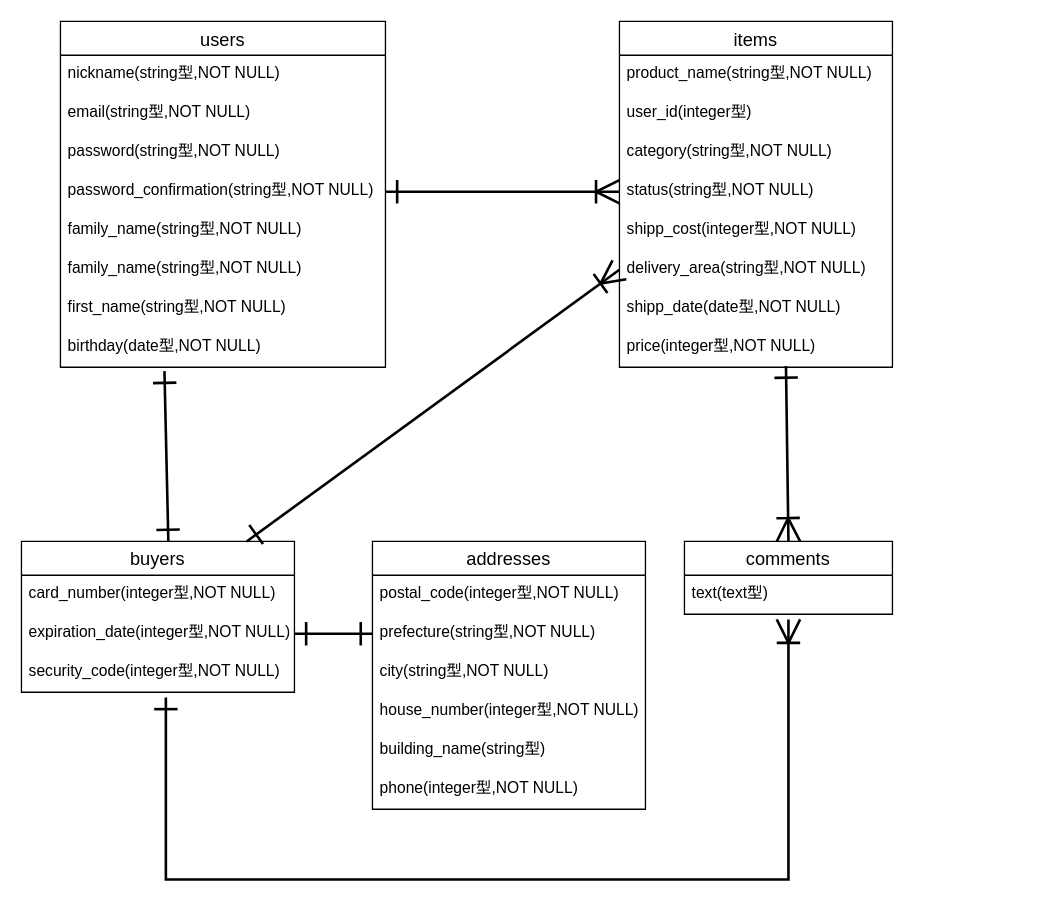
ryosuke-shimizu/furima-35253 keeps this draw.io diagram as page "ページ1" (1 of 2) of er.dio. Above is the earlier version. Source tidied: cells renumbered, new cells numbered last; positions are measured from the earlier drawing's top-left corner, leaving out a move shared by most shapes. Both pictures are drawn from the tidied source at 130%, with x=0, y=0 at pixel (21, 21).
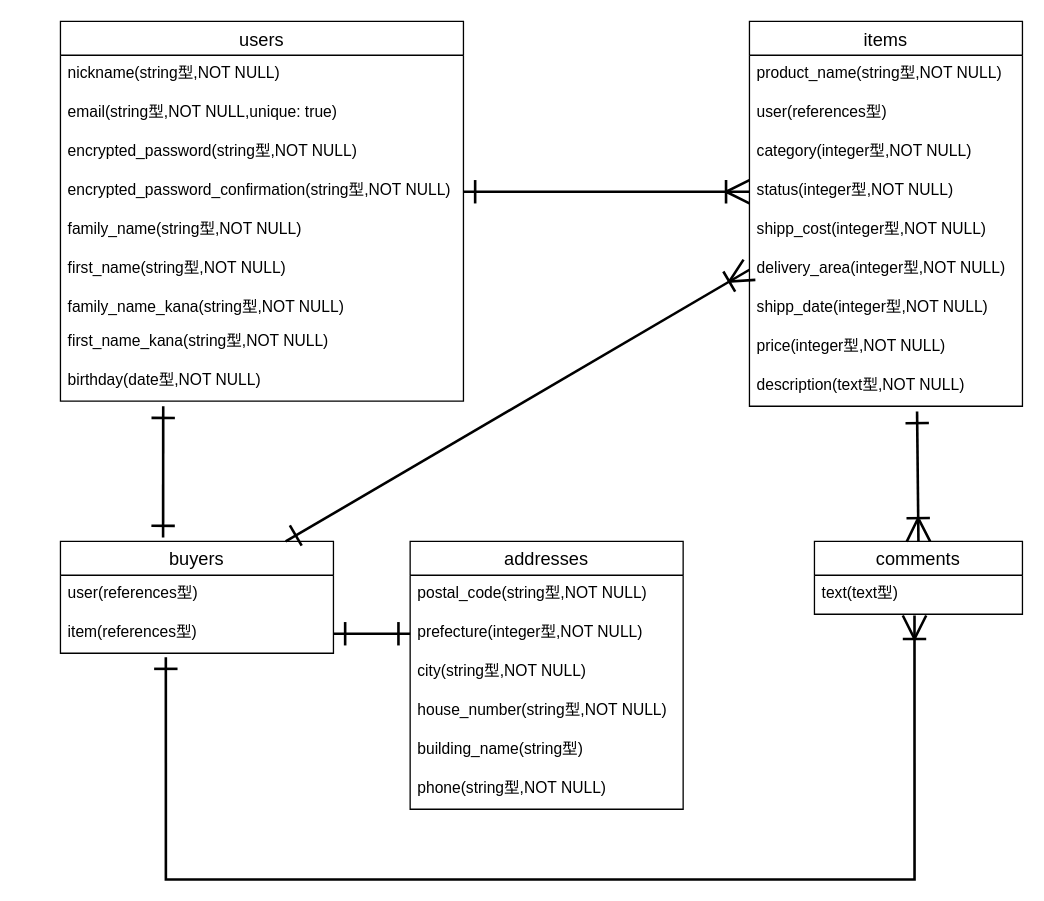
After the change.

The change refers to these unchanged cells:
```xml
<mxCell id="19" value="price(integer型,NOT NULL)" style="text;strokeColor=none;fillColor=none;spacingLeft=4;spacingRight=4;overflow=hidden;points=[[0,0.5],[1,0.5]];portConstraint=eastwest;fontSize=12;" parent="11" vertex="1">
  <mxGeometry y="236" width="210" height="30" as="geometry" />
</mxCell>
<mxCell id="32" value="text(text型)" style="text;strokeColor=none;fillColor=none;spacingLeft=4;spacingRight=4;overflow=hidden;points=[[0,0.5],[1,0.5]];portConstraint=eastwest;fontSize=12;" parent="31" vertex="1">
  <mxGeometry y="26" width="160" height="30" as="geometry" />
</mxCell>
```

Change to the diagram source:
```diff
@@
     <mxCell id="2" value="users" style="swimlane;fontStyle=0;horizontal=1;startSize=26;align=center;fontSize=14;" parent="1" vertex="1">
-      <mxGeometry x="30" width="250" height="266" as="geometry" />
+      <mxGeometry x="30" width="310" height="292" as="geometry" />
     </mxCell>
     <mxCell id="3" value="nickname(string型,NOT NULL)" style="text;strokeColor=none;fillColor=none;spacingLeft=4;spacingRight=4;overflow=hidden;fontSize=12;" parent="2" vertex="1">
-      <mxGeometry y="26" width="250" height="30" as="geometry" />
+      <mxGeometry y="26" width="310" height="30" as="geometry" />
     </mxCell>
-    <mxCell id="4" value="email(string型,NOT NULL)" style="text;strokeColor=none;fillColor=none;spacingLeft=4;spacingRight=4;overflow=hidden;fontSize=12;" parent="2" vertex="1">
-      <mxGeometry y="56" width="250" height="30" as="geometry" />
+    <mxCell id="4" value="email(string型,NOT NULL,unique: true)" style="text;strokeColor=none;fillColor=none;spacingLeft=4;spacingRight=4;overflow=hidden;fontSize=12;" parent="2" vertex="1">
+      <mxGeometry y="56" width="310" height="30" as="geometry" />
     </mxCell>
-    <mxCell id="5" value="password(string型,NOT NULL)&#10;" style="text;strokeColor=none;fillColor=none;spacingLeft=4;spacingRight=4;overflow=hidden;fontSize=12;" parent="2" vertex="1">
-      <mxGeometry y="86" width="250" height="30" as="geometry" />
+    <mxCell id="5" value="encrypted_password(string型,NOT NULL)&#10;" style="text;strokeColor=none;fillColor=none;spacingLeft=4;spacingRight=4;overflow=hidden;fontSize=12;" parent="2" vertex="1">
+      <mxGeometry y="86" width="310" height="30" as="geometry" />
     </mxCell>
-    <mxCell id="6" value="password_confirmation(string型,NOT NULL)" style="text;strokeColor=none;fillColor=none;spacingLeft=4;spacingRight=4;overflow=hidden;points=[[0,0.5],[1,0.5]];portConstraint=eastwest;fontSize=12;" parent="2" vertex="1">
-      <mxGeometry y="116" width="250" height="30" as="geometry" />
+    <mxCell id="6" value="encrypted_password_confirmation(string型,NOT NULL)" style="text;strokeColor=none;fillColor=none;spacingLeft=4;spacingRight=4;overflow=hidden;points=[[0,0.5],[1,0.5]];portConstraint=eastwest;fontSize=12;" parent="2" vertex="1">
+      <mxGeometry y="116" width="310" height="30" as="geometry" />
     </mxCell>
     <mxCell id="7" value="family_name(string型,NOT NULL)" style="text;strokeColor=none;fillColor=none;spacingLeft=4;spacingRight=4;overflow=hidden;fontSize=12;" parent="2" vertex="1">
-      <mxGeometry y="146" width="250" height="30" as="geometry" />
+      <mxGeometry y="146" width="310" height="30" as="geometry" />
     </mxCell>
-    <mxCell id="8" value="family_name(string型,NOT NULL)" style="text;strokeColor=none;fillColor=none;spacingLeft=4;spacingRight=4;overflow=hidden;fontSize=12;" parent="2" vertex="1">
-      <mxGeometry y="176" width="250" height="30" as="geometry" />
-    </mxCell>
     <mxCell id="9" value="first_name(string型,NOT NULL)" style="text;strokeColor=none;fillColor=none;spacingLeft=4;spacingRight=4;overflow=hidden;fontSize=12;" parent="2" vertex="1">
-      <mxGeometry y="206" width="250" height="30" as="geometry" />
+      <mxGeometry y="176" width="310" height="30" as="geometry" />
     </mxCell>
+    <mxCell id="39" value="family_name_kana(string型,NOT NULL)" style="text;strokeColor=none;fillColor=none;spacingLeft=4;spacingRight=4;overflow=hidden;fontSize=12;" parent="2" vertex="1">
+      <mxGeometry y="206" width="310" height="26" as="geometry" />
+    </mxCell>
+    <mxCell id="40" value="first_name_kana(string型,NOT NULL)" style="text;strokeColor=none;fillColor=none;spacingLeft=4;spacingRight=4;overflow=hidden;fontSize=12;" parent="2" vertex="1">
+      <mxGeometry y="232" width="310" height="30" as="geometry" />
+    </mxCell>
     <mxCell id="10" value="birthday(date型,NOT NULL)" style="text;strokeColor=none;fillColor=none;spacingLeft=4;spacingRight=4;overflow=hidden;points=[[0,0.5],[1,0.5]];portConstraint=eastwest;fontSize=12;" parent="2" vertex="1">
-      <mxGeometry y="236" width="250" height="30" as="geometry" />
+      <mxGeometry y="262" width="310" height="30" as="geometry" />
     </mxCell>
     <mxCell id="11" value="items" style="swimlane;fontStyle=0;horizontal=1;startSize=26;align=center;fontSize=14;" parent="1" vertex="1">
-      <mxGeometry x="460" width="210" height="266" as="geometry" />
+      <mxGeometry x="560" width="210" height="296" as="geometry" />
     </mxCell>
@@
-    <mxCell id="13" value="user_id(integer型)" style="text;strokeColor=none;fillColor=none;spacingLeft=4;spacingRight=4;overflow=hidden;fontSize=12;" parent="11" vertex="1">
+    <mxCell id="13" value="user(references型)" style="text;strokeColor=none;fillColor=none;spacingLeft=4;spacingRight=4;overflow=hidden;fontSize=12;" parent="11" vertex="1">
       <mxGeometry y="56" width="210" height="30" as="geometry" />
     </mxCell>
-    <mxCell id="14" value="category(string型,NOT NULL)" style="text;strokeColor=none;fillColor=none;spacingLeft=4;spacingRight=4;overflow=hidden;fontSize=12;" parent="11" vertex="1">
+    <mxCell id="14" value="category(integer型,NOT NULL)" style="text;strokeColor=none;fillColor=none;spacingLeft=4;spacingRight=4;overflow=hidden;fontSize=12;" parent="11" vertex="1">
       <mxGeometry y="86" width="210" height="30" as="geometry" />
     </mxCell>
-    <mxCell id="15" value="status(string型,NOT NULL)" style="text;strokeColor=none;fillColor=none;spacingLeft=4;spacingRight=4;overflow=hidden;points=[[0,0.5],[1,0.5]];portConstraint=eastwest;fontSize=12;" parent="11" vertex="1">
+    <mxCell id="15" value="status(integer型,NOT NULL)" style="text;strokeColor=none;fillColor=none;spacingLeft=4;spacingRight=4;overflow=hidden;points=[[0,0.5],[1,0.5]];portConstraint=eastwest;fontSize=12;" parent="11" vertex="1">
       <mxGeometry y="116" width="210" height="30" as="geometry" />
     </mxCell>
@@
-    <mxCell id="17" value="delivery_area(string型,NOT NULL)" style="text;strokeColor=none;fillColor=none;spacingLeft=4;spacingRight=4;overflow=hidden;points=[[0,0.5],[1,0.5]];portConstraint=eastwest;fontSize=12;" parent="11" vertex="1">
+    <mxCell id="17" value="delivery_area(integer型,NOT NULL)" style="text;strokeColor=none;fillColor=none;spacingLeft=4;spacingRight=4;overflow=hidden;points=[[0,0.5],[1,0.5]];portConstraint=eastwest;fontSize=12;" parent="11" vertex="1">
       <mxGeometry y="176" width="210" height="30" as="geometry" />
     </mxCell>
-    <mxCell id="18" value="shipp_date(date型,NOT NULL)" style="text;strokeColor=none;fillColor=none;spacingLeft=4;spacingRight=4;overflow=hidden;fontSize=12;" parent="11" vertex="1">
+    <mxCell id="18" value="shipp_date(integer型,NOT NULL)" style="text;strokeColor=none;fillColor=none;spacingLeft=4;spacingRight=4;overflow=hidden;fontSize=12;" parent="11" vertex="1">
       <mxGeometry y="206" width="210" height="30" as="geometry" />
     </mxCell>
@@
+    <mxCell id="41" value="description(text型,NOT NULL)" style="text;strokeColor=none;fillColor=none;spacingLeft=4;spacingRight=4;overflow=hidden;points=[[0,0.5],[1,0.5]];portConstraint=eastwest;fontSize=12;" parent="11" vertex="1">
+      <mxGeometry y="266" width="210" height="30" as="geometry" />
+    </mxCell>
     <mxCell id="20" value="buyers" style="swimlane;fontStyle=0;horizontal=1;startSize=26;align=center;fontSize=14;" parent="1" vertex="1">
-      <mxGeometry y="400" width="210" height="116" as="geometry" />
+      <mxGeometry x="30" y="400" width="210" height="86" as="geometry" />
     </mxCell>
-    <mxCell id="21" value="card_number(integer型,NOT NULL)" style="text;strokeColor=none;fillColor=none;spacingLeft=4;spacingRight=4;overflow=hidden;fontSize=12;" parent="20" vertex="1">
+    <mxCell id="21" value="user(references型)" style="text;strokeColor=none;fillColor=none;spacingLeft=4;spacingRight=4;overflow=hidden;fontSize=12;" parent="20" vertex="1">
       <mxGeometry y="26" width="210" height="30" as="geometry" />
     </mxCell>
-    <mxCell id="22" value="expiration_date(integer型,NOT NULL)" style="text;strokeColor=none;fillColor=none;spacingLeft=4;spacingRight=4;overflow=hidden;points=[[0,0.5],[1,0.5]];portConstraint=eastwest;fontSize=12;" parent="20" vertex="1">
+    <mxCell id="22" value="item(references型)" style="text;strokeColor=none;fillColor=none;spacingLeft=4;spacingRight=4;overflow=hidden;points=[[0,0.5],[1,0.5]];portConstraint=eastwest;fontSize=12;" parent="20" vertex="1">
       <mxGeometry y="56" width="210" height="30" as="geometry" />
     </mxCell>
-    <mxCell id="23" value="security_code(integer型,NOT NULL)" style="text;strokeColor=none;fillColor=none;spacingLeft=4;spacingRight=4;overflow=hidden;points=[[0,0.5],[1,0.5]];portConstraint=eastwest;fontSize=12;" parent="20" vertex="1">
-      <mxGeometry y="86" width="210" height="30" as="geometry" />
-    </mxCell>
     <mxCell id="24" value="addresses" style="swimlane;fontStyle=0;horizontal=1;startSize=26;align=center;fontSize=14;" parent="1" vertex="1">
-      <mxGeometry x="270" y="400" width="210" height="206" as="geometry" />
+      <mxGeometry x="299" y="400" width="210" height="206" as="geometry" />
     </mxCell>
-    <mxCell id="25" value="postal_code(integer型,NOT NULL)" style="text;strokeColor=none;fillColor=none;spacingLeft=4;spacingRight=4;overflow=hidden;fontSize=12;" parent="24" vertex="1">
+    <mxCell id="25" value="postal_code(string型,NOT NULL)" style="text;strokeColor=none;fillColor=none;spacingLeft=4;spacingRight=4;overflow=hidden;fontSize=12;" parent="24" vertex="1">
       <mxGeometry y="26" width="210" height="30" as="geometry" />
     </mxCell>
-    <mxCell id="26" value="prefecture(string型,NOT NULL)" style="text;strokeColor=none;fillColor=none;spacingLeft=4;spacingRight=4;overflow=hidden;points=[[0,0.5],[1,0.5]];portConstraint=eastwest;fontSize=12;" parent="24" vertex="1">
+    <mxCell id="26" value="prefecture(integer型,NOT NULL)" style="text;strokeColor=none;fillColor=none;spacingLeft=4;spacingRight=4;overflow=hidden;points=[[0,0.5],[1,0.5]];portConstraint=eastwest;fontSize=12;" parent="24" vertex="1">
       <mxGeometry y="56" width="210" height="30" as="geometry" />
     </mxCell>
@@
-    <mxCell id="28" value="house_number(integer型,NOT NULL)" style="text;strokeColor=none;fillColor=none;spacingLeft=4;spacingRight=4;overflow=hidden;fontSize=12;" parent="24" vertex="1">
+    <mxCell id="28" value="house_number(string型,NOT NULL)" style="text;strokeColor=none;fillColor=none;spacingLeft=4;spacingRight=4;overflow=hidden;fontSize=12;" parent="24" vertex="1">
       <mxGeometry y="116" width="210" height="30" as="geometry" />
     </mxCell>
@@
-    <mxCell id="30" value="phone(integer型,NOT NULL)" style="text;strokeColor=none;fillColor=none;spacingLeft=4;spacingRight=4;overflow=hidden;fontSize=12;" parent="24" vertex="1">
+    <mxCell id="30" value="phone(string型,NOT NULL)" style="text;strokeColor=none;fillColor=none;spacingLeft=4;spacingRight=4;overflow=hidden;fontSize=12;" parent="24" vertex="1">
       <mxGeometry y="176" width="210" height="30" as="geometry" />
     </mxCell>
     <mxCell id="31" value="comments" style="swimlane;fontStyle=0;horizontal=1;startSize=26;align=center;fontSize=14;" parent="1" vertex="1">
-      <mxGeometry x="510" y="400" width="160" height="56" as="geometry" />
+      <mxGeometry x="610" y="400" width="160" height="56" as="geometry" />
     </mxCell>
@@
-    <mxCell id="34" style="fontSize=12;html=1;endArrow=ERoneToMany;startArrow=ERone;strokeWidth=2;startFill=0;rounded=0;startSize=15;endSize=15;entryX=0.5;entryY=0;entryDx=0;entryDy=0;exitX=0.61;exitY=0.967;exitDx=0;exitDy=0;exitPerimeter=0;" parent="1" edge="1" source="19" target="31">
+    <mxCell id="34" style="fontSize=12;html=1;endArrow=ERoneToMany;startArrow=ERone;strokeWidth=2;startFill=0;rounded=0;startSize=15;endSize=15;entryX=0.5;entryY=0;entryDx=0;entryDy=0;exitX=0.614;exitY=1.133;exitDx=0;exitDy=0;exitPerimeter=0;" parent="1" edge="1" source="41" target="31">
       <mxGeometry relative="1" as="geometry" />
     </mxCell>
@@
-    <mxCell id="37" style="fontSize=12;html=1;endArrow=ERoneToMany;startArrow=ERone;strokeWidth=2;startFill=0;rounded=0;startSize=15;endSize=15;edgeStyle=orthogonalEdgeStyle;exitX=0.529;exitY=1.133;exitDx=0;exitDy=0;exitPerimeter=0;" parent="1" edge="1" source="23">
+    <mxCell id="37" style="fontSize=12;html=1;endArrow=ERoneToMany;startArrow=ERone;strokeWidth=2;startFill=0;rounded=0;startSize=15;endSize=15;edgeStyle=orthogonalEdgeStyle;exitX=0.386;exitY=1.1;exitDx=0;exitDy=0;exitPerimeter=0;entryX=0.481;entryY=1.033;entryDx=0;entryDy=0;entryPerimeter=0;" parent="1" edge="1" source="22" target="32">
       <mxGeometry relative="1" as="geometry">
-        <mxPoint x="590" y="460" as="targetPoint" />
         <Array as="points">
           <mxPoint x="111" y="660" />
-          <mxPoint x="590" y="660" />
+          <mxPoint x="687" y="660" />
         </Array>
       </mxGeometry>
     </mxCell>
-    <mxCell id="38" style="fontSize=12;html=1;endArrow=ERone;startArrow=ERone;strokeWidth=2;startFill=0;rounded=0;startSize=15;endSize=15;endFill=0;exitX=0.32;exitY=1.1;exitDx=0;exitDy=0;exitPerimeter=0;" parent="1" edge="1" source="10">
-      <mxGeometry relative="1" as="geometry">
-        <mxPoint x="113" y="400" as="targetPoint" />
-      </mxGeometry>
+    <mxCell id="38" style="fontSize=12;html=1;endArrow=ERone;startArrow=ERone;strokeWidth=2;startFill=0;rounded=0;startSize=15;endSize=15;endFill=0;exitX=0.255;exitY=1.133;exitDx=0;exitDy=0;exitPerimeter=0;entryX=0.376;entryY=-0.035;entryDx=0;entryDy=0;entryPerimeter=0;" parent="1" edge="1" source="10" target="20">
+      <mxGeometry relative="1" as="geometry" />
     </mxCell>
```
